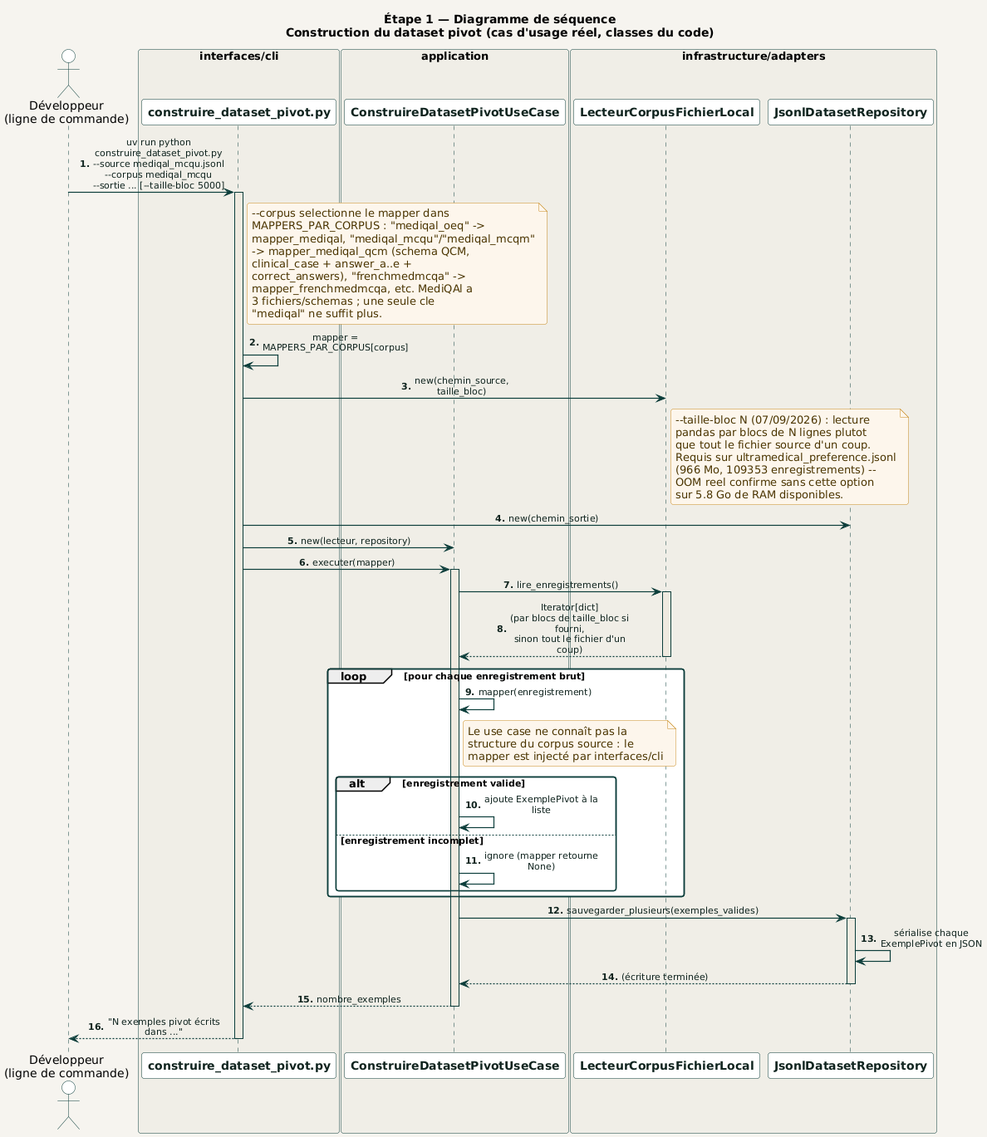
Before: docs/diagrams/02_etape1_donnees/sequence/construction_dataset_pivot.png, a diagram exported from PlantUML (racemartin/m14_ocr).
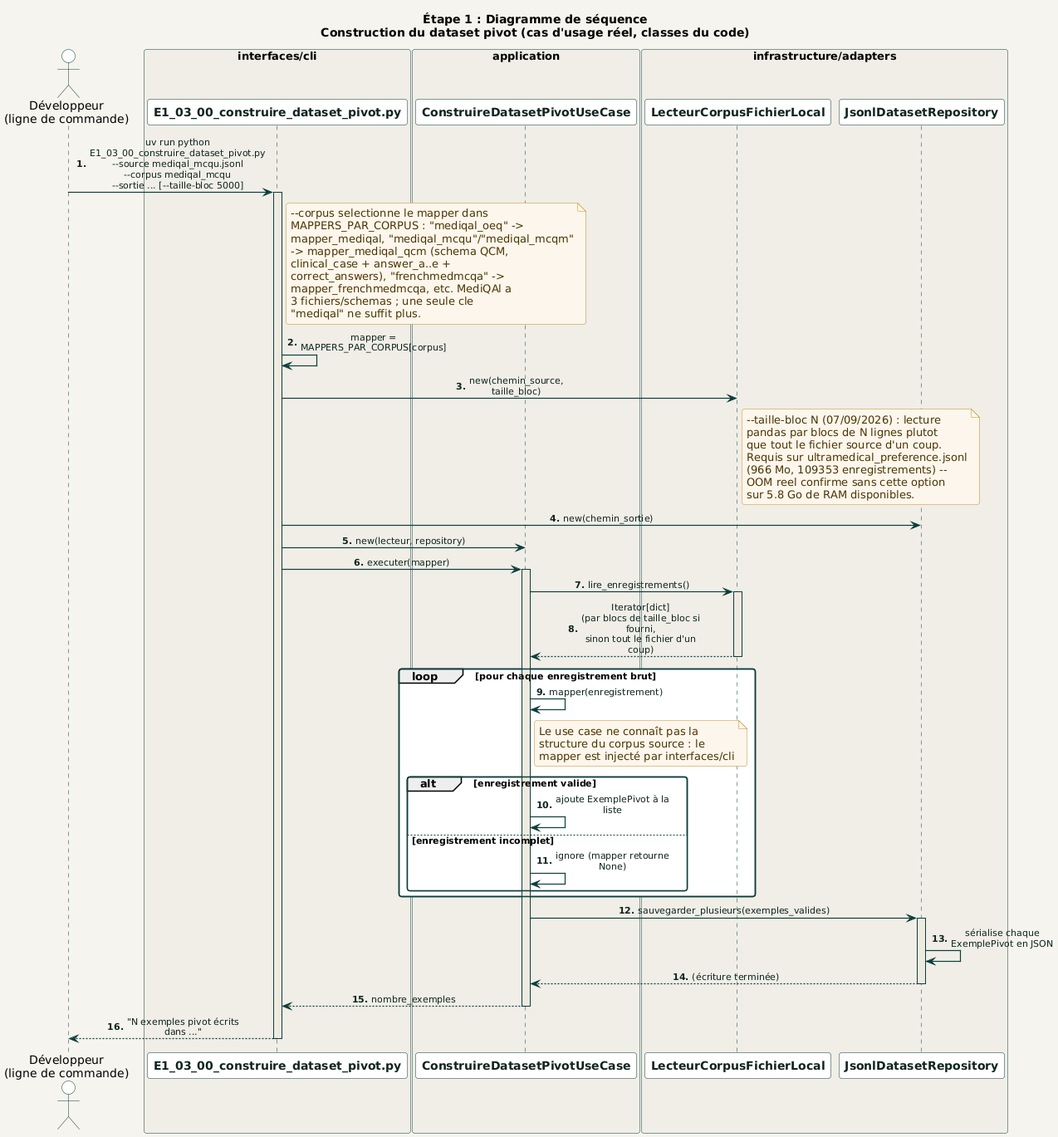
Above is the later version.

Diff of the diagram source:
```diff
@@ -1,12 +1,12 @@
 @startuml construction_dataset_pivot
 !include ../../_common/estilo.iuml
 
-title Étape 1 — Diagramme de séquence\nConstruction du dataset pivot (cas d'usage réel, classes du code)
+title Étape 1 : Diagramme de séquence\nConstruction du dataset pivot (cas d'usage réel, classes du code)
 
 actor "Développeur\n(ligne de commande)" as Dev
 
 box "interfaces/cli" #F0EEE7
-  participant "construire_dataset_pivot.py" as CLI
+  participant "E1_03_00_construire_dataset_pivot.py" as CLI
 end box
 
 box "application" #F0EEE7
@@ -20,7 +20,7 @@
 
 autonumber "<b>0."
 
-Dev -> CLI : uv run python construire_dataset_pivot.py\n~-~-source mediqal_mcqu.jsonl ~-~-corpus mediqal_mcqu\n~-~-sortie ... [~-~-taille-bloc 5000]
+Dev -> CLI : uv run python E1_03_00_construire_dataset_pivot.py\n~-~-source mediqal_mcqu.jsonl ~-~-corpus mediqal_mcqu\n~-~-sortie ... [~-~-taille-bloc 5000]
 activate CLI
 
 note right of CLI
```
